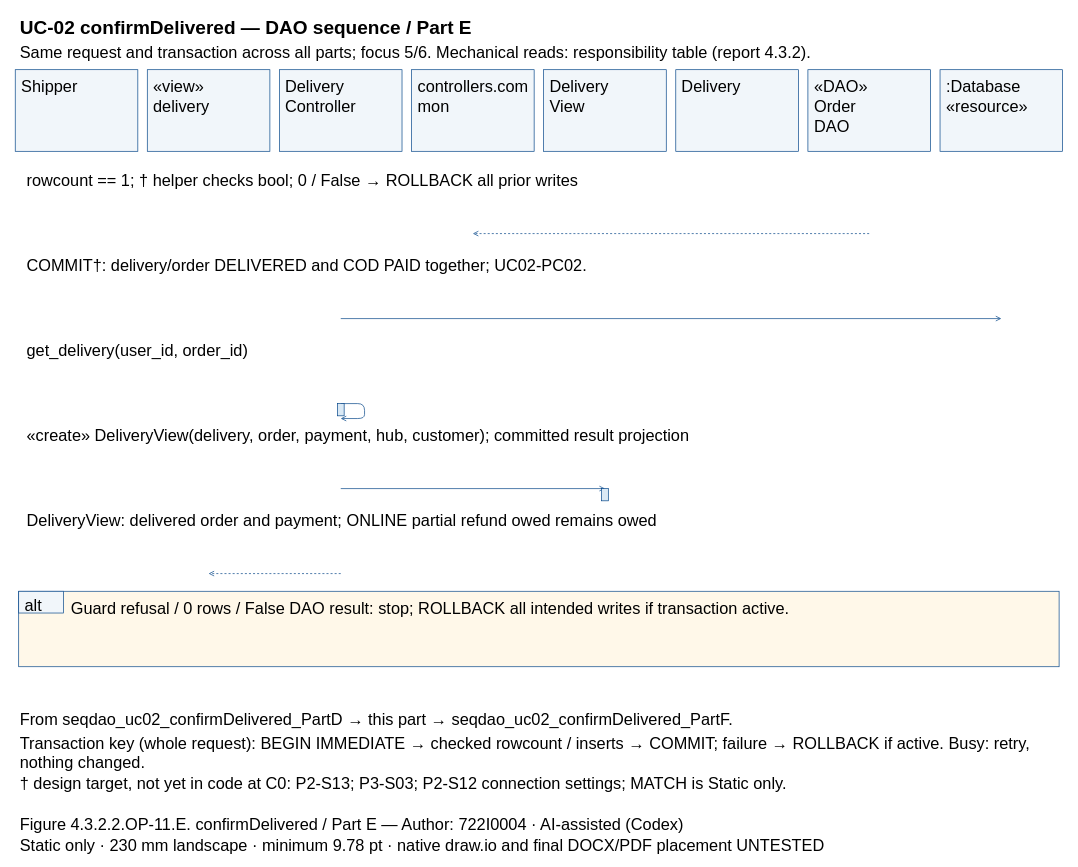
Earlier version of the draw.io diagram models/UC-02/seqdao_uc02_confirmDelivered_PartE.drawio (Dat071104/SaigonBite). Source tidied: cells renumbered, new cells numbered last; positions are measured from the earlier drawing's top-left corner, leaving out a move shared by most shapes. Both pictures are drawn from the tidied source at 68%, with x=0, y=0 at pixel (15, 12).
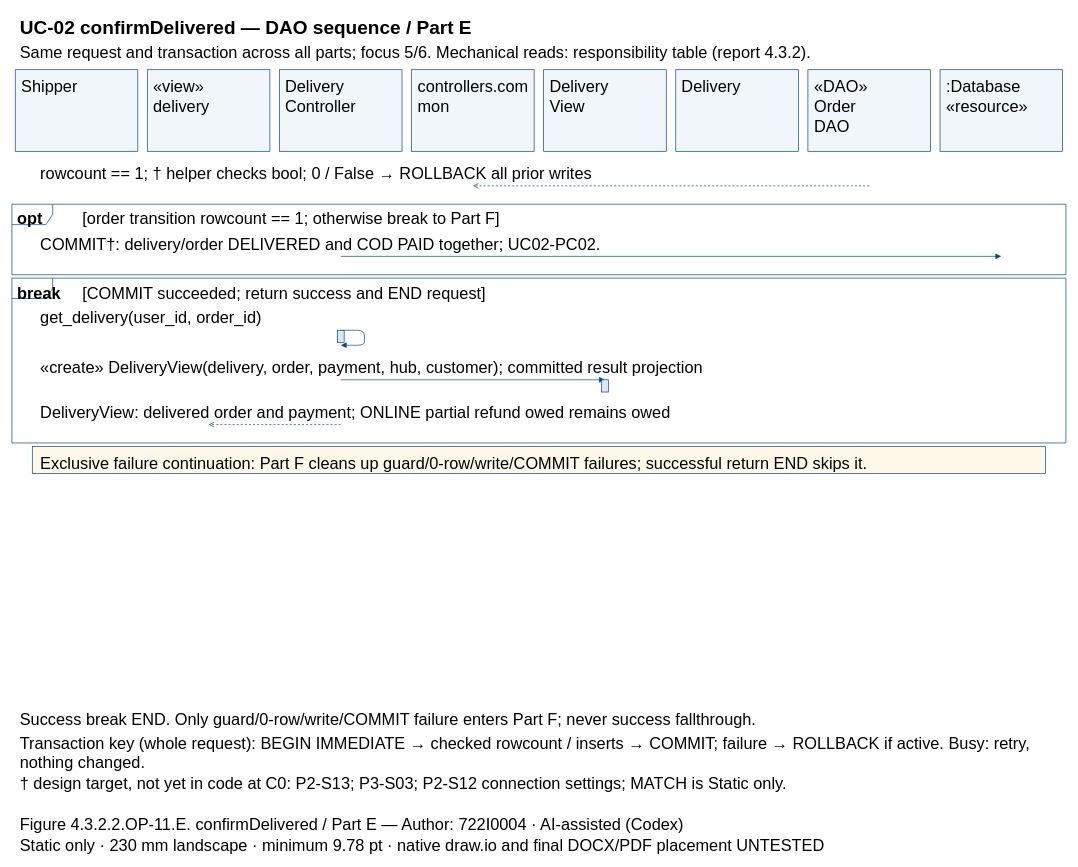
Above is the later version.

The edit, as a diff of the source:
```diff
@@
+    <mxCell id="51" style="shape=umlFrame;fillColor=none;strokeColor=#004387;" parent="1" vertex="1">
+      <mxGeometry x="-5" y="282.8" width="1550" height="103.7" as="geometry" />
+    </mxCell>
+    <mxCell id="52" style="shape=umlFrame;fillColor=none;strokeColor=#004387;" parent="1" vertex="1">
+      <mxGeometry x="-5" y="391.5" width="1550" height="242.4" as="geometry" />
+    </mxCell>
@@
-    <mxCell id="5" value="Shipper" style="text;html=0;whiteSpace=wrap;align=left;verticalAlign=top;strokeColor=none;fillColor=none;fontFamily=Arial;fontSize=24;fontStyle=0;" parent="1" vertex="1">
-      <mxGeometry x="6.9" y="90" width="166.3" height="27.8" as="geometry" />
-    </mxCell>
+    <mxCell id="7" value="Shipper" style="text;html=0;whiteSpace=wrap;align=left;verticalAlign=top;strokeColor=none;fillColor=none;fontFamily=Arial;fontSize=24;fontStyle=0;" parent="1" vertex="1">
+      <mxGeometry x="6.9" y="90" width="166.3" height="27.8" as="geometry" />
+    </mxCell>
@@
-    <mxCell id="7" value="«view»&#10;delivery" style="text;html=0;whiteSpace=wrap;align=left;verticalAlign=top;strokeColor=none;fillColor=none;fontFamily=Arial;fontSize=24;fontStyle=0;" parent="1" vertex="1">
-      <mxGeometry x="201.1" y="90" width="166.3" height="55.7" as="geometry" />
-    </mxCell>
+    <mxCell id="9" value="«view»&#10;delivery" style="text;html=0;whiteSpace=wrap;align=left;verticalAlign=top;strokeColor=none;fillColor=none;fontFamily=Arial;fontSize=24;fontStyle=0;" parent="1" vertex="1">
+      <mxGeometry x="201.1" y="90" width="166.3" height="55.7" as="geometry" />
+    </mxCell>
@@
-    <mxCell id="9" value="Delivery&#10;Controller" style="text;html=0;whiteSpace=wrap;align=left;verticalAlign=top;strokeColor=none;fillColor=none;fontFamily=Arial;fontSize=24;fontStyle=0;" parent="1" vertex="1">
-      <mxGeometry x="395.4" y="90" width="166.3" height="55.7" as="geometry" />
-    </mxCell>
+    <mxCell id="11" value="Delivery&#10;Controller" style="text;html=0;whiteSpace=wrap;align=left;verticalAlign=top;strokeColor=none;fillColor=none;fontFamily=Arial;fontSize=24;fontStyle=0;" parent="1" vertex="1">
+      <mxGeometry x="395.4" y="90" width="166.3" height="55.7" as="geometry" />
+    </mxCell>
@@
-    <mxCell id="11" value="controllers.com&#10;mon" style="text;html=0;whiteSpace=wrap;align=left;verticalAlign=top;strokeColor=none;fillColor=none;fontFamily=Arial;fontSize=24;fontStyle=0;" parent="1" vertex="1">
-      <mxGeometry x="589.7" y="90" width="166.3" height="55.7" as="geometry" />
-    </mxCell>
+    <mxCell id="13" value="controllers.com&#10;mon" style="text;html=0;whiteSpace=wrap;align=left;verticalAlign=top;strokeColor=none;fillColor=none;fontFamily=Arial;fontSize=24;fontStyle=0;" parent="1" vertex="1">
+      <mxGeometry x="589.7" y="90" width="166.3" height="55.7" as="geometry" />
+    </mxCell>
@@
-    <mxCell id="13" value="Delivery&#10;View" style="text;html=0;whiteSpace=wrap;align=left;verticalAlign=top;strokeColor=none;fillColor=none;fontFamily=Arial;fontSize=24;fontStyle=0;" parent="1" vertex="1">
-      <mxGeometry x="784" y="90" width="166.3" height="55.7" as="geometry" />
-    </mxCell>
+    <mxCell id="15" value="Delivery&#10;View" style="text;html=0;whiteSpace=wrap;align=left;verticalAlign=top;strokeColor=none;fillColor=none;fontFamily=Arial;fontSize=24;fontStyle=0;" parent="1" vertex="1">
+      <mxGeometry x="784" y="90" width="166.3" height="55.7" as="geometry" />
+    </mxCell>
@@
-    <mxCell id="15" value="Delivery" style="text;html=0;whiteSpace=wrap;align=left;verticalAlign=top;strokeColor=none;fillColor=none;fontFamily=Arial;fontSize=24;fontStyle=0;" parent="1" vertex="1">
-      <mxGeometry x="978.3" y="90" width="166.3" height="27.8" as="geometry" />
-    </mxCell>
+    <mxCell id="17" value="Delivery" style="text;html=0;whiteSpace=wrap;align=left;verticalAlign=top;strokeColor=none;fillColor=none;fontFamily=Arial;fontSize=24;fontStyle=0;" parent="1" vertex="1">
+      <mxGeometry x="978.3" y="90" width="166.3" height="27.8" as="geometry" />
+    </mxCell>
@@
-    <mxCell id="17" value="«DAO»&#10;Order&#10;DAO" style="text;html=0;whiteSpace=wrap;align=left;verticalAlign=top;strokeColor=none;fillColor=none;fontFamily=Arial;fontSize=24;fontStyle=0;" parent="1" vertex="1">
-      <mxGeometry x="1172.6" y="90" width="166.3" height="83.5" as="geometry" />
-    </mxCell>
+    <mxCell id="19" value="«DAO»&#10;Order&#10;DAO" style="text;html=0;whiteSpace=wrap;align=left;verticalAlign=top;strokeColor=none;fillColor=none;fontFamily=Arial;fontSize=24;fontStyle=0;" parent="1" vertex="1">
+      <mxGeometry x="1172.6" y="90" width="166.3" height="83.5" as="geometry" />
+    </mxCell>
@@
-    <mxCell id="19" value=":Database&#10;«resource»" style="text;html=0;whiteSpace=wrap;align=left;verticalAlign=top;strokeColor=none;fillColor=none;fontFamily=Arial;fontSize=24;fontStyle=0;" parent="1" vertex="1">
-      <mxGeometry x="1366.9" y="90" width="166.3" height="55.7" as="geometry" />
-    </mxCell>
+    <mxCell id="53" value=":Database&#10;«resource»" style="text;html=0;whiteSpace=wrap;align=left;verticalAlign=top;strokeColor=none;fillColor=none;fontFamily=Arial;fontSize=24;fontStyle=0;" parent="1" vertex="1">
+      <mxGeometry x="1366.9" y="90" width="166.3" height="55.7" as="geometry" />
+    </mxCell>
+    <mxCell id="54" value="opt" style="text;html=0;whiteSpace=wrap;align=left;verticalAlign=top;strokeColor=none;fillColor=none;fontFamily=Arial;fontSize=24;fontStyle=1;" parent="1" vertex="1">
+      <mxGeometry x="1" y="283.8" width="84" height="27.8" as="geometry" />
+    </mxCell>
+    <mxCell id="55" value="[order transition rowcount == 1; otherwise break to Part F]" style="text;html=0;whiteSpace=wrap;align=left;verticalAlign=top;strokeColor=none;fillColor=none;fontFamily=Arial;fontSize=24;fontStyle=0;" parent="1" vertex="1">
+      <mxGeometry x="97" y="283.8" width="1438" height="27.8" as="geometry" />
+    </mxCell>
+    <mxCell id="56" value="break" style="text;html=0;whiteSpace=wrap;align=left;verticalAlign=top;strokeColor=none;fillColor=none;fontFamily=Arial;fontSize=24;fontStyle=1;" parent="1" vertex="1">
+      <mxGeometry x="1" y="392.5" width="84" height="27.8" as="geometry" />
+    </mxCell>
+    <mxCell id="57" value="[COMMIT succeeded; return success and END request]" style="text;html=0;whiteSpace=wrap;align=left;verticalAlign=top;strokeColor=none;fillColor=none;fontFamily=Arial;fontSize=24;fontStyle=0;" parent="1" vertex="1">
+      <mxGeometry x="97" y="392.5" width="1438" height="27.8" as="geometry" />
+    </mxCell>
     <mxCell id="20" value="rowcount == 1; † helper checks bool; 0 / False → ROLLBACK all prior writes" style="text;html=0;whiteSpace=wrap;align=left;verticalAlign=top;strokeColor=none;fillColor=none;fontFamily=Arial;fontSize=24;fontStyle=0;" parent="1" vertex="1">
-      <mxGeometry x="15" y="227" width="1510" height="27.8" as="geometry" />
+      <mxGeometry x="35" y="217" width="1470" height="27.8" as="geometry" />
     </mxCell>
     <mxCell id="21" style="opacity=0;" parent="1" vertex="1">
-      <mxGeometry x="1255.7" y="326" as="geometry" />
+      <mxGeometry x="1255.7" y="255.8" as="geometry" />
     </mxCell>
     <mxCell id="22" style="opacity=0;" parent="1" vertex="1">
-      <mxGeometry x="672.9" y="326" as="geometry" />
+      <mxGeometry x="672.9" y="255.8" as="geometry" />
     </mxCell>
-    <mxCell id="23" style="edgeStyle=none;endArrow=open;strokeColor=#004387;dashed=1;exitX=0.5;entryX=0.5;exitPerimeter=0;entryPerimeter=0;" parent="1" edge="1" source="21" target="22">
+    <mxCell id="23" style="edgeStyle=none;endArrow=open;endFill=0;strokeColor=#004387;dashed=1;exitX=0.5;entryX=0.5;exitPerimeter=0;entryPerimeter=0;" parent="1" edge="1" source="21" target="22">
       <mxGeometry relative="1" as="geometry" />
     </mxCell>
     <mxCell id="24" value="COMMIT†: delivery/order DELIVERED and COD PAID together; UC02-PC02." style="text;html=0;whiteSpace=wrap;align=left;verticalAlign=top;strokeColor=none;fillColor=none;fontFamily=Arial;fontSize=24;fontStyle=0;" parent="1" vertex="1">
-      <mxGeometry x="15" y="352" width="1510" height="27.8" as="geometry" />
+      <mxGeometry x="35" y="320.7" width="1470" height="27.8" as="geometry" />
     </mxCell>
     <mxCell id="25" style="opacity=0;" parent="1" vertex="1">
-      <mxGeometry x="478.6" y="451" as="geometry" />
+      <mxGeometry x="478.6" y="359.5" as="geometry" />
     </mxCell>
     <mxCell id="26" style="opacity=0;" parent="1" vertex="1">
-      <mxGeometry x="1450" y="451" as="geometry" />
+      <mxGeometry x="1450" y="359.5" as="geometry" />
     </mxCell>
-    <mxCell id="27" style="edgeStyle=none;endArrow=open;strokeColor=#004387;exitX=0.5;entryX=0.5;exitPerimeter=0;entryPerimeter=0;" parent="1" edge="1" source="25" target="26">
+    <mxCell id="27" style="edgeStyle=none;endArrow=block;endFill=1;strokeColor=#004387;exitX=0.5;entryX=0.5;exitPerimeter=0;entryPerimeter=0;" parent="1" edge="1" source="25" target="26">
       <mxGeometry relative="1" as="geometry" />
     </mxCell>
-    <mxCell id="28" value="get_delivery(user_id, order_id)" style="text;html=0;whiteSpace=wrap;align=left;verticalAlign=top;strokeColor=none;fillColor=none;fontFamily=Arial;fontSize=24;fontStyle=0;" parent="1" vertex="1">
-      <mxGeometry x="15" y="477" width="1510" height="27.8" as="geometry" />
-    </mxCell>
+    <mxCell id="38" value="get_delivery(user_id, order_id)" style="text;html=0;whiteSpace=wrap;align=left;verticalAlign=top;strokeColor=none;fillColor=none;fontFamily=Arial;fontSize=24;fontStyle=0;" parent="1" vertex="1">
+      <mxGeometry x="35" y="429.4" width="1470" height="27.8" as="geometry" />
+    </mxCell>
     <mxCell id="29" style="opacity=0;" parent="1" vertex="1">
-      <mxGeometry x="478.6" y="576" as="geometry" />
+      <mxGeometry x="478.6" y="468.2" as="geometry" />
     </mxCell>
     <mxCell id="30" style="opacity=0;" parent="1" vertex="1">
-      <mxGeometry x="478.6" y="598" as="geometry" />
+      <mxGeometry x="478.6" y="490.2" as="geometry" />
     </mxCell>
-    <mxCell id="31" style="edgeStyle=none;endArrow=open;strokeColor=#004387;exitX=0.5;entryX=0.5;exitPerimeter=0;entryPerimeter=0;" parent="1" edge="1" source="29" target="30">
+    <mxCell id="31" style="edgeStyle=none;endArrow=block;endFill=1;strokeColor=#004387;exitX=0.5;entryX=0.5;exitPerimeter=0;entryPerimeter=0;" parent="1" edge="1" source="29" target="30">
       <mxGeometry relative="1" as="geometry">
         <Array as="points">
-          <mxPoint x="513.6" y="576" />
-          <mxPoint x="513.6" y="598" />
+          <mxPoint x="513.6" y="468.2" />
+          <mxPoint x="513.6" y="490.2" />
         </Array>
       </mxGeometry>
     </mxCell>
-    <mxCell id="32" style="fillColor=#DAE9F5;strokeColor=#004387;" parent="1" vertex="1">
-      <mxGeometry x="473.6" y="576" width="10" height="18" as="geometry" />
-    </mxCell>
+    <mxCell id="42" style="fillColor=#DAE9F5;strokeColor=#004387;" parent="1" vertex="1">
+      <mxGeometry x="473.6" y="468.2" width="10" height="18" as="geometry" />
+    </mxCell>
     <mxCell id="33" value="«create» DeliveryView(delivery, order, payment, hub, customer); committed result projection" style="text;html=0;whiteSpace=wrap;align=left;verticalAlign=top;strokeColor=none;fillColor=none;fontFamily=Arial;fontSize=24;fontStyle=0;" parent="1" vertex="1">
-      <mxGeometry x="15" y="602" width="1510" height="27.8" as="geometry" />
+      <mxGeometry x="35" y="502.2" width="1470" height="27.8" as="geometry" />
     </mxCell>
     <mxCell id="34" style="opacity=0;" parent="1" vertex="1">
-      <mxGeometry x="478.6" y="701" as="geometry" />
+      <mxGeometry x="478.6" y="541" as="geometry" />
     </mxCell>
     <mxCell id="35" style="opacity=0;" parent="1" vertex="1">
-      <mxGeometry x="867.1" y="701" as="geometry" />
+      <mxGeometry x="867.1" y="541" as="geometry" />
     </mxCell>
-    <mxCell id="36" style="edgeStyle=none;endArrow=open;strokeColor=#004387;exitX=0.5;entryX=0.5;exitPerimeter=0;entryPerimeter=0;" parent="1" edge="1" source="34" target="35">
+    <mxCell id="36" style="edgeStyle=none;endArrow=block;endFill=1;strokeColor=#004387;exitX=0.5;entryX=0.5;exitPerimeter=0;entryPerimeter=0;" parent="1" edge="1" source="34" target="35">
       <mxGeometry relative="1" as="geometry" />
     </mxCell>
-    <mxCell id="37" style="fillColor=#DAE9F5;strokeColor=#004387;" parent="1" vertex="1">
-      <mxGeometry x="862.1" y="701" width="10" height="18" as="geometry" />
-    </mxCell>
-    <mxCell id="38" value="DeliveryView: delivered order and payment; ONLINE partial refund owed remains owed" style="text;html=0;whiteSpace=wrap;align=left;verticalAlign=top;strokeColor=none;fillColor=none;fontFamily=Arial;fontSize=24;fontStyle=0;" parent="1" vertex="1">
-      <mxGeometry x="15" y="727" width="1510" height="27.8" as="geometry" />
-    </mxCell>
+    <mxCell id="58" style="fillColor=#DAE9F5;strokeColor=#004387;" parent="1" vertex="1">
+      <mxGeometry x="862.1" y="541" width="10" height="18" as="geometry" />
+    </mxCell>
+    <mxCell id="46" value="DeliveryView: delivered order and payment; ONLINE partial refund owed remains owed" style="text;html=0;whiteSpace=wrap;align=left;verticalAlign=top;strokeColor=none;fillColor=none;fontFamily=Arial;fontSize=24;fontStyle=0;" parent="1" vertex="1">
+      <mxGeometry x="35" y="568" width="1470" height="27.8" as="geometry" />
+    </mxCell>
     <mxCell id="39" style="opacity=0;" parent="1" vertex="1">
-      <mxGeometry x="478.6" y="826" as="geometry" />
+      <mxGeometry x="478.6" y="606.9" as="geometry" />
     </mxCell>
     <mxCell id="40" style="opacity=0;" parent="1" vertex="1">
-      <mxGeometry x="284.3" y="826" as="geometry" />
+      <mxGeometry x="284.3" y="606.9" as="geometry" />
     </mxCell>
-    <mxCell id="41" style="edgeStyle=none;endArrow=open;strokeColor=#004387;dashed=1;exitX=0.5;entryX=0.5;exitPerimeter=0;entryPerimeter=0;" parent="1" edge="1" source="39" target="40">
+    <mxCell id="41" style="edgeStyle=none;endArrow=open;endFill=0;strokeColor=#004387;dashed=1;exitX=0.5;entryX=0.5;exitPerimeter=0;entryPerimeter=0;" parent="1" edge="1" source="39" target="40">
       <mxGeometry relative="1" as="geometry" />
     </mxCell>
-    <mxCell id="42" style="fillColor=#FFF8E9;strokeColor=#004387;" parent="1" vertex="1">
-      <mxGeometry x="5" y="852" width="1530" height="111" as="geometry" />
-    </mxCell>
-    <mxCell id="43" style="fillColor=#F1F6FA;strokeColor=#004387;" parent="1" vertex="1">
-      <mxGeometry x="5" y="852" width="66" height="32" as="geometry" />
-    </mxCell>
-    <mxCell id="44" value="alt" style="text;html=0;whiteSpace=wrap;align=left;verticalAlign=top;strokeColor=none;fillColor=none;fontFamily=Arial;fontSize=24;fontStyle=0;" parent="1" vertex="1">
-      <mxGeometry x="12" y="852" width="56" height="27.8" as="geometry" />
-    </mxCell>
-    <mxCell id="45" value="Guard refusal / 0 rows / False DAO result: stop; ROLLBACK all intended writes if transaction active." style="text;html=0;whiteSpace=wrap;align=left;verticalAlign=top;strokeColor=none;fillColor=none;fontFamily=Arial;fontSize=24;fontStyle=0;" parent="1" vertex="1">
-      <mxGeometry x="80" y="857" width="1440" height="27.8" as="geometry" />
-    </mxCell>
-    <mxCell id="46" value="From seqdao_uc02_confirmDelivered_PartD → this part → seqdao_uc02_confirmDelivered_PartF." style="text;html=0;whiteSpace=wrap;align=left;verticalAlign=top;strokeColor=none;fillColor=none;fontFamily=Arial;fontSize=24;fontStyle=0;" parent="1" vertex="1">
-      <mxGeometry x="5" y="1020" width="1530" height="27.8" as="geometry" />
-    </mxCell>
+    <mxCell id="59" style="fillColor=#FFF8E9;strokeColor=#004387;" parent="1" vertex="1">
+      <mxGeometry x="25" y="638.9" width="1490" height="39.8" as="geometry" />
+    </mxCell>
+    <mxCell id="49" value="Exclusive failure continuation: Part F cleans up guard/0-row/write/COMMIT failures; successful return END skips it." style="text;html=0;whiteSpace=wrap;align=left;verticalAlign=top;strokeColor=none;fillColor=none;fontFamily=Arial;fontSize=24;fontStyle=0;" parent="1" vertex="1">
+      <mxGeometry x="35" y="642.9" width="1470" height="27.8" as="geometry" />
+    </mxCell>
+    <mxCell id="50" value="Success break END. Only guard/0-row/write/COMMIT failure enters Part F; never success fallthrough." style="text;html=0;whiteSpace=wrap;align=left;verticalAlign=top;strokeColor=none;fillColor=none;fontFamily=Arial;fontSize=24;fontStyle=0;" parent="1" vertex="1">
+      <mxGeometry x="5" y="1020" width="1530" height="27.8" as="geometry" />
+    </mxCell>
@@
-    <mxCell id="49" value="Figure 4.3.2.2.OP-11.E. confirmDelivered / Part E — Author: 722I0004 · AI-assisted (Codex)" style="text;html=0;whiteSpace=wrap;align=left;verticalAlign=top;strokeColor=none;fillColor=none;fontFamily=Arial;fontSize=24;fontStyle=0;" parent="1" vertex="1">
-      <mxGeometry x="5" y="1175" width="1530" height="27.8" as="geometry" />
-    </mxCell>
-    <mxCell id="50" value="Static only · 230 mm landscape · minimum 9.78 pt · native draw.io and final DOCX/PDF placement UNTESTED" style="text;html=0;whiteSpace=wrap;align=left;verticalAlign=top;strokeColor=none;fillColor=none;fontFamily=Arial;fontSize=24;fontStyle=0;" parent="1" vertex="1">
-      <mxGeometry x="5" y="1205" width="1530" height="27.8" as="geometry" />
-    </mxCell>
+    <mxCell id="60" value="Figure 4.3.2.2.OP-11.E. confirmDelivered / Part E — Author: 722I0004 · AI-assisted (Codex)" style="text;html=0;whiteSpace=wrap;align=left;verticalAlign=top;strokeColor=none;fillColor=none;fontFamily=Arial;fontSize=24;fontStyle=0;" parent="1" vertex="1">
+      <mxGeometry x="5" y="1175" width="1530" height="27.8" as="geometry" />
+    </mxCell>
+    <mxCell id="61" value="Static only · 230 mm landscape · minimum 9.78 pt · native draw.io and final DOCX/PDF placement UNTESTED" style="text;html=0;whiteSpace=wrap;align=left;verticalAlign=top;strokeColor=none;fillColor=none;fontFamily=Arial;fontSize=24;fontStyle=0;" parent="1" vertex="1">
+      <mxGeometry x="5" y="1205" width="1530" height="27.8" as="geometry" />
+    </mxCell>
```
